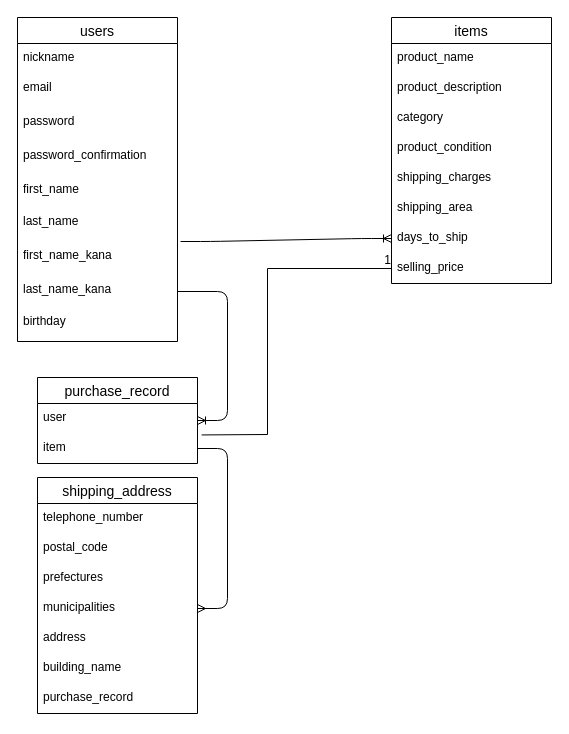
The draw.io diagram furima.dio in tsunodayuki0302/furima-36887, before the edit. Source tidied: cells renumbered, new cells numbered last; positions are measured from the earlier drawing's top-left corner, leaving out a move shared by most shapes. Both pictures are drawn from the tidied source at 100%, with x=0, y=0 at pixel (17, 17).
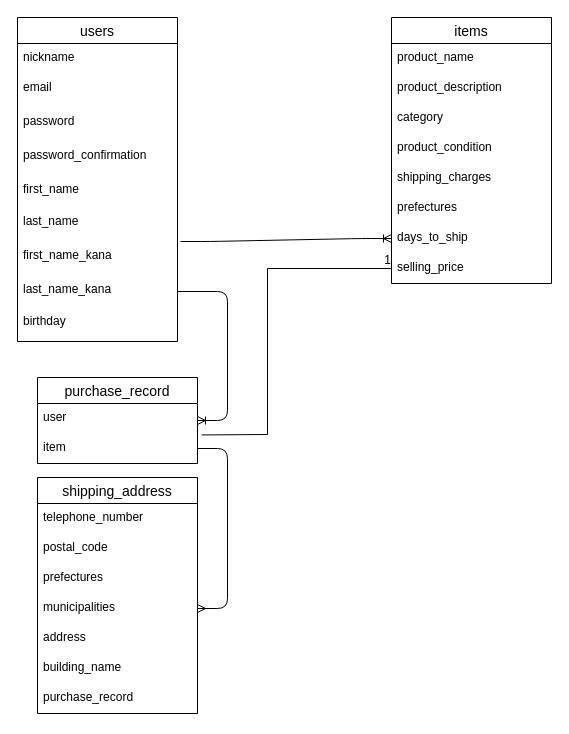
After the change.

Commit message (it also covers changes not shown here):
データベース設計修正５

Unchanged cells that the change refers to:
```xml
<mxCell id="12" value="items" style="swimlane;fontStyle=0;horizontal=1;startSize=26;align=center;fontSize=14;" parent="1" vertex="1">
  <mxGeometry x="374" width="160" height="266" as="geometry" />
</mxCell>
```

Change to the diagram source:
```diff
@@
-    <mxCell id="18" value="shipping_area" style="text;strokeColor=none;fillColor=none;spacingLeft=4;spacingRight=4;overflow=hidden;fontSize=12;" parent="12" vertex="1">
+    <mxCell id="18" value="prefectures" style="text;strokeColor=none;fillColor=none;spacingLeft=4;spacingRight=4;overflow=hidden;fontSize=12;" parent="12" vertex="1">
       <mxGeometry y="176" width="160" height="30" as="geometry" />
     </mxCell>
```
